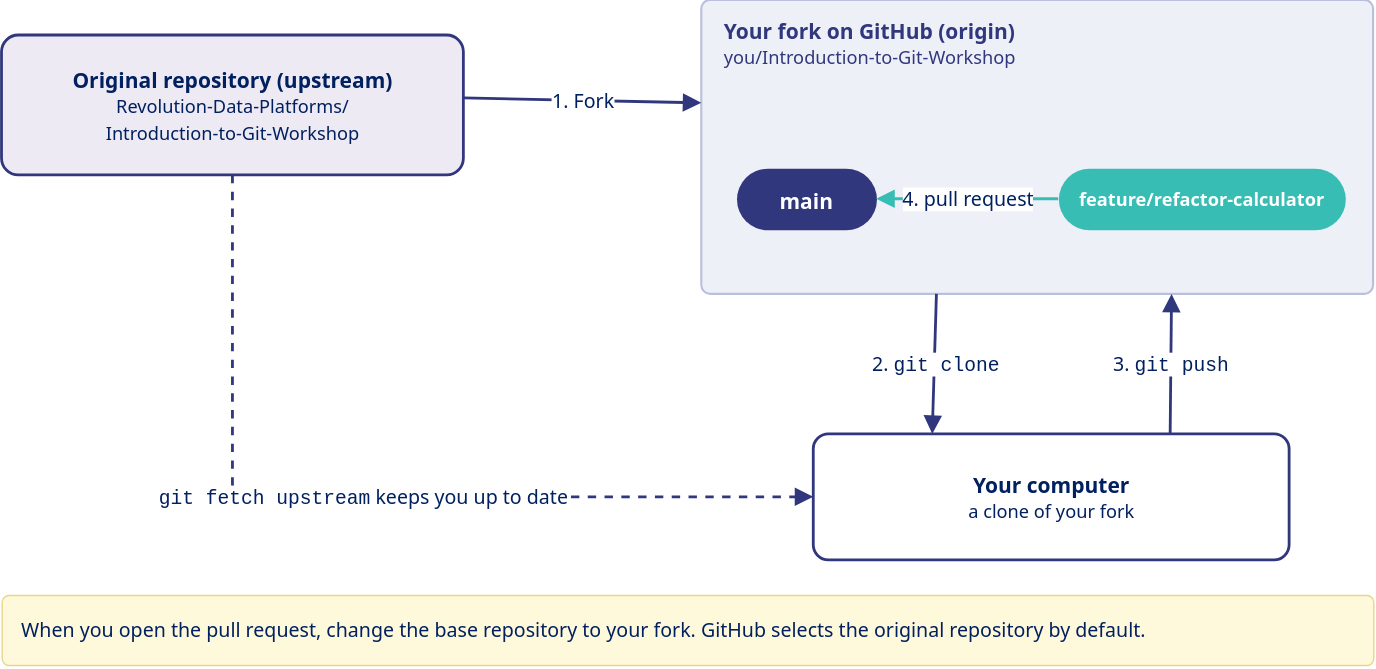
The draw.io diagram presentation/diagrams/fork-workflow.drawio.svg in Revolution-Data-Platforms/Introduction-to-Git-Workshop, before a commit. Source tidied: cells renumbered, new cells last; positions are measured from the earlier drawing's top-left corner, leaving out a move shared by most shapes. Its diagram source:
```xml
<mxGraphModel background="#FFFFFF">
  <root>
    <mxCell id="0" />
    <mxCell id="1" parent="0" />
    <mxCell id="2" value="&lt;b&gt;Original repository (upstream)&lt;/b&gt;&lt;br&gt;&lt;span style=&quot;font-size:13px&quot;&gt;Revolution-Data-Platforms/&lt;br&gt;Introduction-to-Git-Workshop&lt;/span&gt;" style="rounded=1;arcSize=12;whiteSpace=wrap;html=1;fillColor=#EEEAF4;strokeColor=#31377D;strokeWidth=2;fontColor=#002060;fontSize=16;fontFamily=Poppins,Segoe UI,Helvetica,Arial,sans-serif;fontSize=15;" parent="1" vertex="1">
      <mxGeometry y="25" width="330" height="100" as="geometry" />
    </mxCell>
    <mxCell id="3" value="Your fork on GitHub (origin)&lt;br&gt;&lt;span style=&quot;font-weight:normal;font-size:13px&quot;&gt;you/Introduction-to-Git-Workshop&lt;/span&gt;" style="rounded=1;arcSize=3;whiteSpace=wrap;html=1;fillColor=#EEF0F8;strokeColor=#B9BFDC;strokeWidth=1.5;verticalAlign=top;align=left;spacingLeft=14;spacingTop=6;fontSize=15;fontStyle=1;fontColor=#31377D;fontFamily=Poppins,Segoe UI,Helvetica,Arial,sans-serif;" parent="1" vertex="1">
      <mxGeometry x="500" width="480" height="210" as="geometry" />
    </mxCell>
    <mxCell id="4" value="main" style="rounded=1;arcSize=50;whiteSpace=wrap;html=1;fillColor=#31377D;strokeColor=none;fontColor=#FFFFFF;fontSize=15;fontStyle=1;fontFamily=Poppins,Segoe UI,Helvetica,Arial,sans-serif;" parent="1" vertex="1">
      <mxGeometry x="525" y="120" width="100" height="44" as="geometry" />
    </mxCell>
    <mxCell id="5" value="feature/refactor-calculator" style="rounded=1;arcSize=50;whiteSpace=wrap;html=1;fillColor=#37BDB4;strokeColor=none;fontColor=#FFFFFF;fontSize=15;fontStyle=1;fontFamily=Poppins,Segoe UI,Helvetica,Arial,sans-serif;fontSize=13;" parent="1" vertex="1">
      <mxGeometry x="755" y="120" width="205" height="44" as="geometry" />
    </mxCell>
    <mxCell id="6" value="&lt;b&gt;Your computer&lt;/b&gt;&lt;br&gt;&lt;span style=&quot;font-size:13px&quot;&gt;a clone of your fork&lt;/span&gt;" style="rounded=1;arcSize=12;whiteSpace=wrap;html=1;fillColor=#FFFFFF;strokeColor=#31377D;strokeWidth=2;fontColor=#002060;fontSize=16;fontFamily=Poppins,Segoe UI,Helvetica,Arial,sans-serif;fontSize=15;" parent="1" vertex="1">
      <mxGeometry x="580" y="310" width="340" height="90" as="geometry" />
    </mxCell>
    <mxCell id="7" value="1. Fork" style="html=1;endArrow=block;endFill=1;endSize=8;strokeColor=#31377D;strokeWidth=2;fontSize=14;fontColor=#002060;labelBackgroundColor=#FFFFFF;fontFamily=Poppins,Segoe UI,Helvetica,Arial,sans-serif;exitX=1;exitY=0.45;entryX=0;entryY=0.35;" parent="1" edge="1" source="2" target="3">
      <mxGeometry relative="1" as="geometry" />
    </mxCell>
    <mxCell id="8" value="2. &lt;font face=&quot;Consolas,Menlo,monospace&quot;&gt;git clone&lt;/font&gt;" style="html=1;endArrow=block;endFill=1;endSize=8;strokeColor=#31377D;strokeWidth=2;fontSize=14;fontColor=#002060;labelBackgroundColor=#FFFFFF;fontFamily=Poppins,Segoe UI,Helvetica,Arial,sans-serif;exitX=0.35;exitY=1;entryX=0.25;entryY=0;" parent="1" edge="1" source="3" target="6">
      <mxGeometry relative="1" as="geometry" />
    </mxCell>
    <mxCell id="9" value="3. &lt;font face=&quot;Consolas,Menlo,monospace&quot;&gt;git push&lt;/font&gt;" style="html=1;endArrow=block;endFill=1;endSize=8;strokeColor=#31377D;strokeWidth=2;fontSize=14;fontColor=#002060;labelBackgroundColor=#FFFFFF;fontFamily=Poppins,Segoe UI,Helvetica,Arial,sans-serif;exitX=0.75;exitY=0;entryX=0.7;entryY=1;" parent="1" edge="1" source="6" target="3">
      <mxGeometry relative="1" as="geometry" />
    </mxCell>
    <mxCell id="10" value="4. pull request" style="html=1;endArrow=block;endFill=1;endSize=8;strokeColor=#31377D;strokeWidth=2;fontSize=14;fontColor=#002060;labelBackgroundColor=#FFFFFF;fontFamily=Poppins,Segoe UI,Helvetica,Arial,sans-serif;strokeColor=#37BDB4;" parent="1" edge="1" source="5" target="4">
      <mxGeometry relative="1" as="geometry" />
    </mxCell>
    <mxCell id="11" value="&lt;font face=&quot;Consolas,Menlo,monospace&quot;&gt;git fetch upstream&lt;/font&gt; keeps you up to date" style="html=1;endArrow=block;endFill=1;endSize=8;strokeColor=#31377D;strokeWidth=2;fontSize=14;fontColor=#002060;labelBackgroundColor=#FFFFFF;fontFamily=Poppins,Segoe UI,Helvetica,Arial,sans-serif;edgeStyle=orthogonalEdgeStyle;rounded=1;dashed=1;exitX=0.5;exitY=1;entryX=0;entryY=0.5;" parent="1" edge="1" source="2" target="6">
      <mxGeometry relative="1" as="geometry">
        <Array as="points">
          <mxPoint x="165" y="355" />
        </Array>
      </mxGeometry>
    </mxCell>
    <mxCell id="12" value="When you open the pull request, change the base repository to your fork. GitHub selects the original repository by default." style="rounded=1;arcSize=10;whiteSpace=wrap;html=1;fillColor=#FFF9DB;strokeColor=#E9D58A;fontColor=#002060;fontSize=14;align=left;spacingLeft=12;fontFamily=Poppins,Segoe UI,Helvetica,Arial,sans-serif;" parent="1" vertex="1">
      <mxGeometry y="425" width="980" height="50" as="geometry" />
    </mxCell>
  </root>
</mxGraphModel>
```
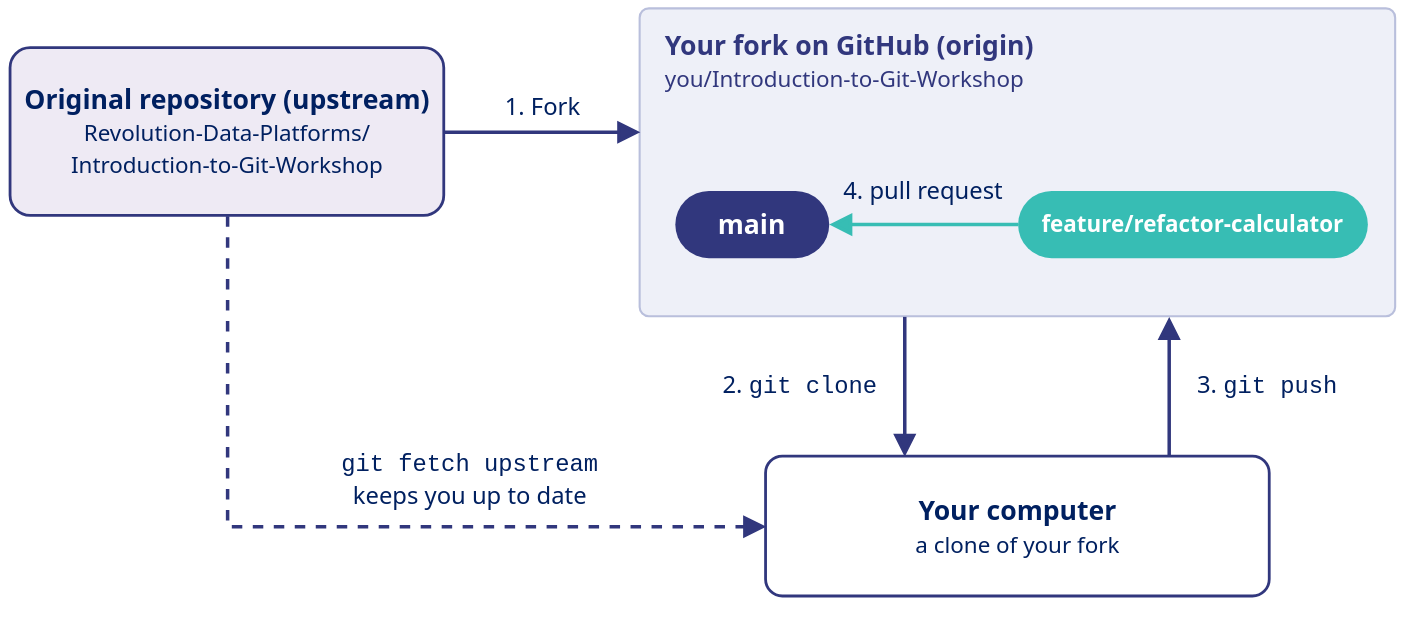
The same diagram one commit later.

Change to the diagram source:
```diff
@@ -2,42 +2,48 @@
   <root>
     <mxCell id="0" />
     <mxCell id="1" parent="0" />
-    <mxCell id="2" value="&lt;b&gt;Original repository (upstream)&lt;/b&gt;&lt;br&gt;&lt;span style=&quot;font-size:13px&quot;&gt;Revolution-Data-Platforms/&lt;br&gt;Introduction-to-Git-Workshop&lt;/span&gt;" style="rounded=1;arcSize=12;whiteSpace=wrap;html=1;fillColor=#EEEAF4;strokeColor=#31377D;strokeWidth=2;fontColor=#002060;fontSize=16;fontFamily=Poppins,Segoe UI,Helvetica,Arial,sans-serif;fontSize=15;" parent="1" vertex="1">
-      <mxGeometry y="25" width="330" height="100" as="geometry" />
+    <mxCell id="2" value="&lt;b&gt;Original repository (upstream)&lt;/b&gt;&lt;br&gt;&lt;span style=&quot;font-size:16px&quot;&gt;Revolution-Data-Platforms/&lt;br&gt;Introduction-to-Git-Workshop&lt;/span&gt;" style="rounded=1;arcSize=12;whiteSpace=wrap;html=1;fillColor=#EEEAF4;strokeColor=#31377D;strokeWidth=2;fontColor=#002060;fontSize=19;fontFamily=Poppins,Segoe UI,Helvetica,Arial,sans-serif;spacing=6;" parent="1" vertex="1">
+      <mxGeometry y="28" width="310" height="120" as="geometry" />
     </mxCell>
-    <mxCell id="3" value="Your fork on GitHub (origin)&lt;br&gt;&lt;span style=&quot;font-weight:normal;font-size:13px&quot;&gt;you/Introduction-to-Git-Workshop&lt;/span&gt;" style="rounded=1;arcSize=3;whiteSpace=wrap;html=1;fillColor=#EEF0F8;strokeColor=#B9BFDC;strokeWidth=1.5;verticalAlign=top;align=left;spacingLeft=14;spacingTop=6;fontSize=15;fontStyle=1;fontColor=#31377D;fontFamily=Poppins,Segoe UI,Helvetica,Arial,sans-serif;" parent="1" vertex="1">
-      <mxGeometry x="500" width="480" height="210" as="geometry" />
+    <mxCell id="3" value="Your fork on GitHub (origin)&lt;br&gt;&lt;span style=&quot;font-weight:normal;font-size:16px&quot;&gt;you/Introduction-to-Git-Workshop&lt;/span&gt;" style="rounded=1;arcSize=3;whiteSpace=wrap;html=1;fillColor=#EEF0F8;strokeColor=#B9BFDC;strokeWidth=1.5;verticalAlign=top;align=left;spacingLeft=16;spacingTop=8;fontSize=19;fontStyle=1;fontColor=#31377D;fontFamily=Poppins,Segoe UI,Helvetica,Arial,sans-serif;" parent="1" vertex="1">
+      <mxGeometry x="450" width="540" height="220" as="geometry" />
     </mxCell>
-    <mxCell id="4" value="main" style="rounded=1;arcSize=50;whiteSpace=wrap;html=1;fillColor=#31377D;strokeColor=none;fontColor=#FFFFFF;fontSize=15;fontStyle=1;fontFamily=Poppins,Segoe UI,Helvetica,Arial,sans-serif;" parent="1" vertex="1">
-      <mxGeometry x="525" y="120" width="100" height="44" as="geometry" />
+    <mxCell id="4" value="main" style="rounded=1;arcSize=50;whiteSpace=wrap;html=1;fillColor=#31377D;strokeColor=none;fontColor=#FFFFFF;fontSize=19;fontStyle=1;fontFamily=Poppins,Segoe UI,Helvetica,Arial,sans-serif;" parent="1" vertex="1">
+      <mxGeometry x="475" y="130" width="110" height="48" as="geometry" />
     </mxCell>
-    <mxCell id="5" value="feature/refactor-calculator" style="rounded=1;arcSize=50;whiteSpace=wrap;html=1;fillColor=#37BDB4;strokeColor=none;fontColor=#FFFFFF;fontSize=15;fontStyle=1;fontFamily=Poppins,Segoe UI,Helvetica,Arial,sans-serif;fontSize=13;" parent="1" vertex="1">
-      <mxGeometry x="755" y="120" width="205" height="44" as="geometry" />
+    <mxCell id="5" value="feature/refactor-calculator" style="rounded=1;arcSize=50;whiteSpace=wrap;html=1;fillColor=#37BDB4;strokeColor=none;fontColor=#FFFFFF;fontSize=16;fontStyle=1;fontFamily=Poppins,Segoe UI,Helvetica,Arial,sans-serif;" parent="1" vertex="1">
+      <mxGeometry x="720" y="130" width="250" height="48" as="geometry" />
     </mxCell>
-    <mxCell id="6" value="&lt;b&gt;Your computer&lt;/b&gt;&lt;br&gt;&lt;span style=&quot;font-size:13px&quot;&gt;a clone of your fork&lt;/span&gt;" style="rounded=1;arcSize=12;whiteSpace=wrap;html=1;fillColor=#FFFFFF;strokeColor=#31377D;strokeWidth=2;fontColor=#002060;fontSize=16;fontFamily=Poppins,Segoe UI,Helvetica,Arial,sans-serif;fontSize=15;" parent="1" vertex="1">
-      <mxGeometry x="580" y="310" width="340" height="90" as="geometry" />
+    <mxCell id="6" value="&lt;b&gt;Your computer&lt;/b&gt;&lt;br&gt;&lt;span style=&quot;font-size:16px&quot;&gt;a clone of your fork&lt;/span&gt;" style="rounded=1;arcSize=12;whiteSpace=wrap;html=1;fillColor=#FFFFFF;strokeColor=#31377D;strokeWidth=2;fontColor=#002060;fontSize=19;fontFamily=Poppins,Segoe UI,Helvetica,Arial,sans-serif;spacing=6;" parent="1" vertex="1">
+      <mxGeometry x="540" y="320" width="360" height="100" as="geometry" />
     </mxCell>
-    <mxCell id="7" value="1. Fork" style="html=1;endArrow=block;endFill=1;endSize=8;strokeColor=#31377D;strokeWidth=2;fontSize=14;fontColor=#002060;labelBackgroundColor=#FFFFFF;fontFamily=Poppins,Segoe UI,Helvetica,Arial,sans-serif;exitX=1;exitY=0.45;entryX=0;entryY=0.35;" parent="1" edge="1" source="2" target="3">
-      <mxGeometry relative="1" as="geometry" />
+    <mxCell id="7" value="1. Fork" style="html=1;endArrow=block;endFill=1;endSize=10;strokeColor=#31377D;strokeWidth=2.5;fontSize=17;fontColor=#002060;fontFamily=Poppins,Segoe UI,Helvetica,Arial,sans-serif;labelBackgroundColor=none;edgeStyle=orthogonalEdgeStyle;rounded=0;exitX=1;exitY=0.5;entryX=0;entryY=0.4;" parent="1" edge="1" source="2" target="3">
+      <mxGeometry relative="1" as="geometry">
+        <mxPoint y="-18" as="offset" />
+      </mxGeometry>
     </mxCell>
-    <mxCell id="8" value="2. &lt;font face=&quot;Consolas,Menlo,monospace&quot;&gt;git clone&lt;/font&gt;" style="html=1;endArrow=block;endFill=1;endSize=8;strokeColor=#31377D;strokeWidth=2;fontSize=14;fontColor=#002060;labelBackgroundColor=#FFFFFF;fontFamily=Poppins,Segoe UI,Helvetica,Arial,sans-serif;exitX=0.35;exitY=1;entryX=0.25;entryY=0;" parent="1" edge="1" source="3" target="6">
-      <mxGeometry relative="1" as="geometry" />
+    <mxCell id="8" value="2. &lt;font face=&quot;Consolas,Menlo,monospace&quot;&gt;git clone&lt;/font&gt;" style="html=1;endArrow=block;endFill=1;endSize=10;strokeColor=#31377D;strokeWidth=2.5;fontSize=17;fontColor=#002060;fontFamily=Poppins,Segoe UI,Helvetica,Arial,sans-serif;labelBackgroundColor=none;edgeStyle=orthogonalEdgeStyle;rounded=0;exitX=0.35;exitY=1;entryX=0.275;entryY=0;" parent="1" edge="1" source="3" target="6">
+      <mxGeometry relative="1" as="geometry">
+        <mxPoint x="-75" as="offset" />
+      </mxGeometry>
     </mxCell>
-    <mxCell id="9" value="3. &lt;font face=&quot;Consolas,Menlo,monospace&quot;&gt;git push&lt;/font&gt;" style="html=1;endArrow=block;endFill=1;endSize=8;strokeColor=#31377D;strokeWidth=2;fontSize=14;fontColor=#002060;labelBackgroundColor=#FFFFFF;fontFamily=Poppins,Segoe UI,Helvetica,Arial,sans-serif;exitX=0.75;exitY=0;entryX=0.7;entryY=1;" parent="1" edge="1" source="6" target="3">
-      <mxGeometry relative="1" as="geometry" />
+    <mxCell id="9" value="3. &lt;font face=&quot;Consolas,Menlo,monospace&quot;&gt;git push&lt;/font&gt;" style="html=1;endArrow=block;endFill=1;endSize=10;strokeColor=#31377D;strokeWidth=2.5;fontSize=17;fontColor=#002060;fontFamily=Poppins,Segoe UI,Helvetica,Arial,sans-serif;labelBackgroundColor=none;edgeStyle=orthogonalEdgeStyle;rounded=0;exitX=0.8;exitY=0;entryX=0.7;entryY=1;" parent="1" edge="1" source="6" target="3">
+      <mxGeometry relative="1" as="geometry">
+        <mxPoint x="70" as="offset" />
+      </mxGeometry>
     </mxCell>
-    <mxCell id="10" value="4. pull request" style="html=1;endArrow=block;endFill=1;endSize=8;strokeColor=#31377D;strokeWidth=2;fontSize=14;fontColor=#002060;labelBackgroundColor=#FFFFFF;fontFamily=Poppins,Segoe UI,Helvetica,Arial,sans-serif;strokeColor=#37BDB4;" parent="1" edge="1" source="5" target="4">
-      <mxGeometry relative="1" as="geometry" />
+    <mxCell id="10" value="4. pull request" style="html=1;endArrow=block;endFill=1;endSize=10;strokeColor=#37BDB4;strokeWidth=2.5;fontSize=17;fontColor=#002060;fontFamily=Poppins,Segoe UI,Helvetica,Arial,sans-serif;labelBackgroundColor=none;edgeStyle=orthogonalEdgeStyle;rounded=0;exitX=0;exitY=0.5;entryX=1;entryY=0.5;" parent="1" edge="1" source="5" target="4">
+      <mxGeometry relative="1" as="geometry">
+        <mxPoint y="-24" as="offset" />
+      </mxGeometry>
     </mxCell>
-    <mxCell id="11" value="&lt;font face=&quot;Consolas,Menlo,monospace&quot;&gt;git fetch upstream&lt;/font&gt; keeps you up to date" style="html=1;endArrow=block;endFill=1;endSize=8;strokeColor=#31377D;strokeWidth=2;fontSize=14;fontColor=#002060;labelBackgroundColor=#FFFFFF;fontFamily=Poppins,Segoe UI,Helvetica,Arial,sans-serif;edgeStyle=orthogonalEdgeStyle;rounded=1;dashed=1;exitX=0.5;exitY=1;entryX=0;entryY=0.5;" parent="1" edge="1" source="2" target="6">
-      <mxGeometry relative="1" as="geometry">
+    <mxCell id="11" value="&lt;font face=&quot;Consolas,Menlo,monospace&quot;&gt;git fetch upstream&lt;/font&gt;&lt;br&gt;keeps you up to date" style="html=1;endArrow=block;endFill=1;endSize=10;strokeColor=#31377D;strokeWidth=2.5;fontSize=17;fontColor=#002060;fontFamily=Poppins,Segoe UI,Helvetica,Arial,sans-serif;labelBackgroundColor=none;edgeStyle=orthogonalEdgeStyle;rounded=0;dashed=1;exitX=0.5;exitY=1;entryX=0;entryY=0.5;" parent="1" edge="1" source="2" target="6">
+      <mxGeometry x="0.3" relative="1" as="geometry">
         <Array as="points">
-          <mxPoint x="165" y="355" />
+          <mxPoint x="155" y="370" />
         </Array>
+        <mxPoint y="-34" as="offset" />
       </mxGeometry>
     </mxCell>
-    <mxCell id="12" value="When you open the pull request, change the base repository to your fork. GitHub selects the original repository by default." style="rounded=1;arcSize=10;whiteSpace=wrap;html=1;fillColor=#FFF9DB;strokeColor=#E9D58A;fontColor=#002060;fontSize=14;align=left;spacingLeft=12;fontFamily=Poppins,Segoe UI,Helvetica,Arial,sans-serif;" parent="1" vertex="1">
-      <mxGeometry y="425" width="980" height="50" as="geometry" />
-    </mxCell>
   </root>
 </mxGraphModel>
```
